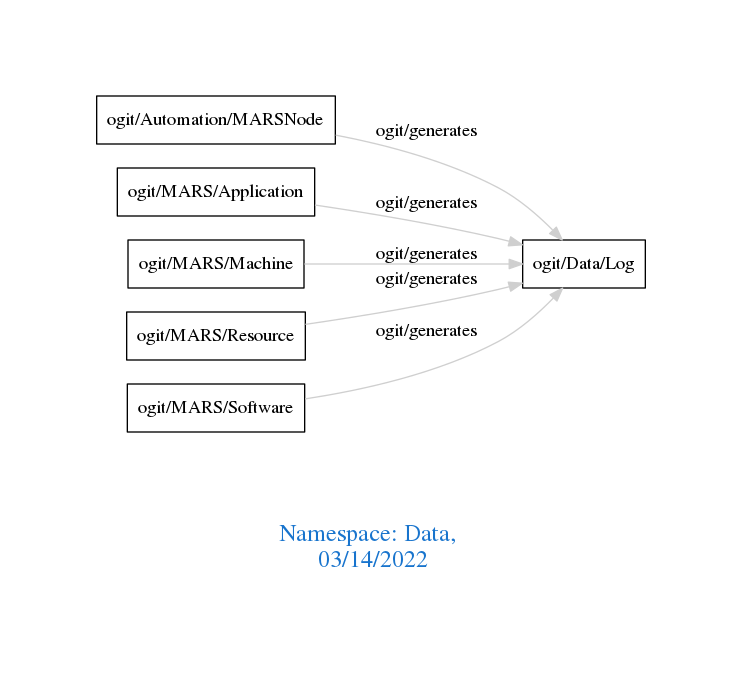
Earlier version of the Graphviz export downloads/Data.png (arago/OGIT). Its source is kept beside it as downloads/Data.dot.
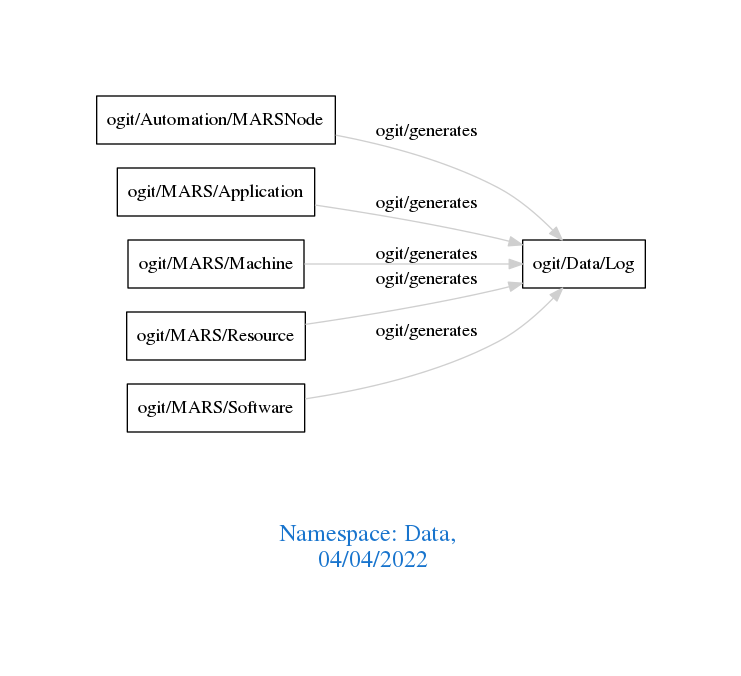
Later version of the same file.

Change to the diagram source:
```diff
@@ -1,7 +1,7 @@
 digraph OGIT_ontology {
  graph [ rankdir= LR,pad=1
 fontsize = 18,
-fontcolor= dodgerblue3,label = "\n\n\nNamespace: Data, \n 03/14/2022"];
+fontcolor= dodgerblue3,label = "\n\n\nNamespace: Data, \n 04/04/2022"];
 node[shape=polygon];
 edge [  color="gray81"];
 
```
